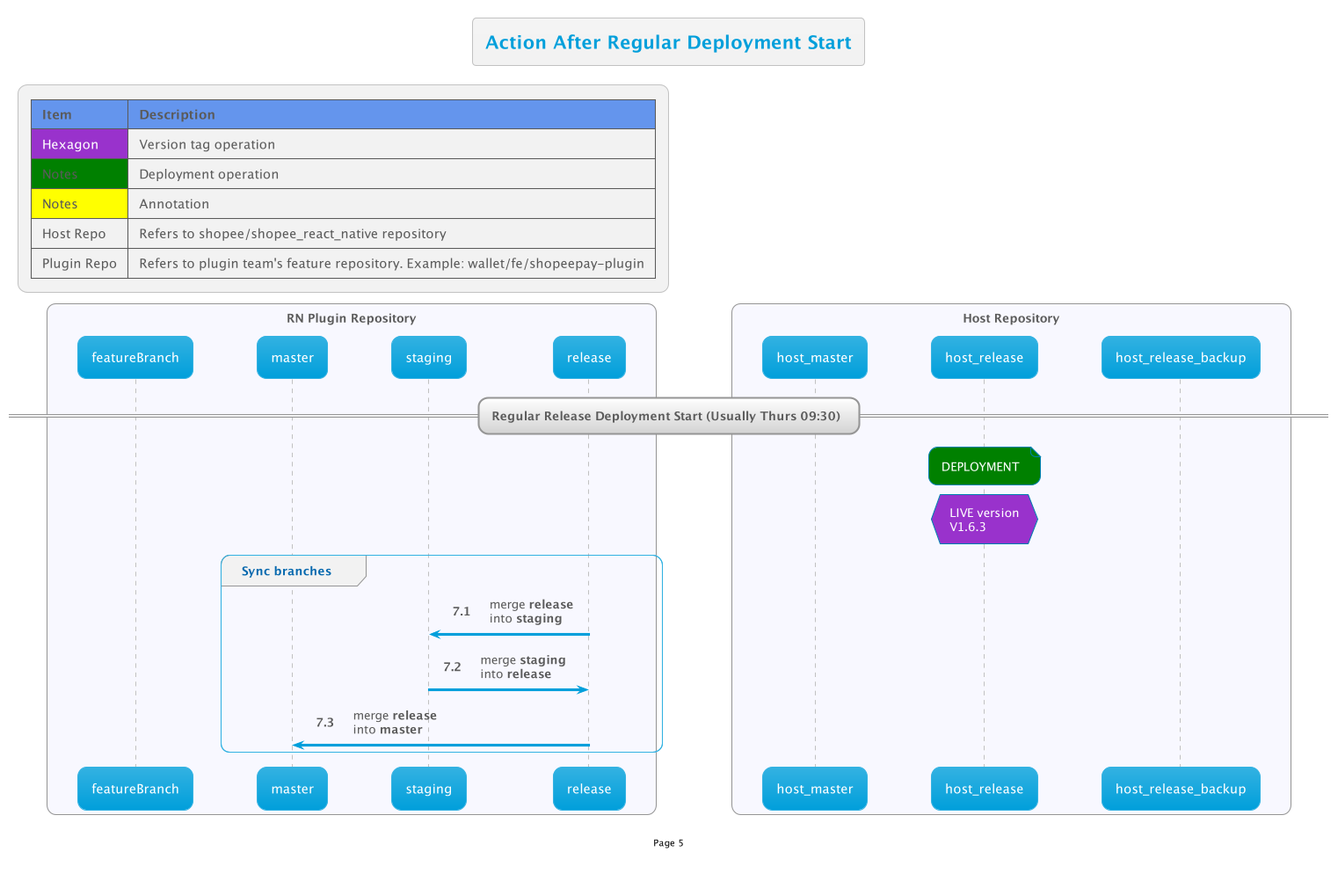
Above: out/RNReview/CodeMergeFlow/5/5.png in thetomitomo/diagrams (PlantUML), before the change.
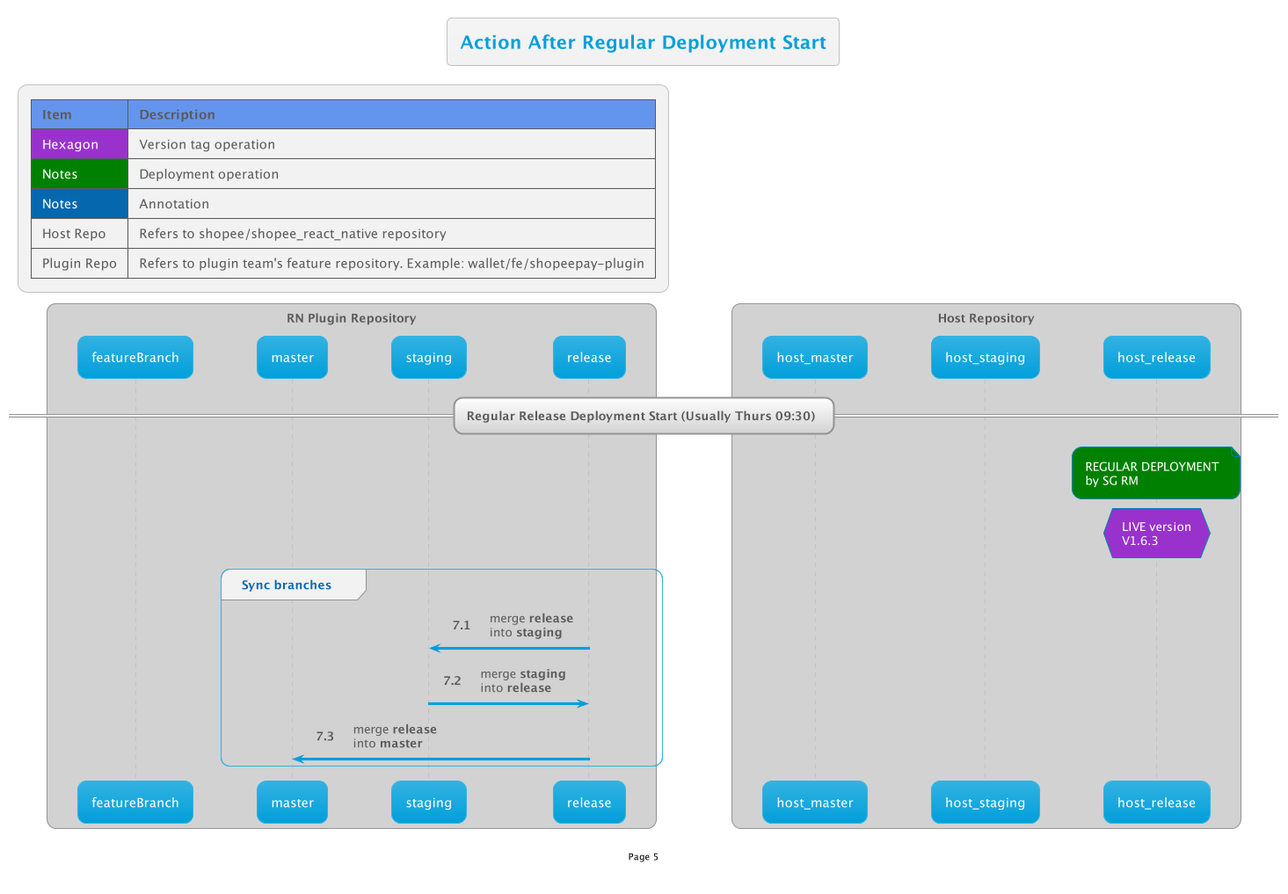
After the change.

What changed in the source:
```diff
@@ -7,7 +7,7 @@
 
 == Regular Release Deployment Start (Usually Thurs 09:30) ==
 
-note over host_release #Green: DEPLOYMENT
+note over host_release #Green: REGULAR DEPLOYMENT\nby SG RM
 hnote over host_release #DarkOrchid: LIVE version\nV1.6.3
 
 autonumber inc A
```
